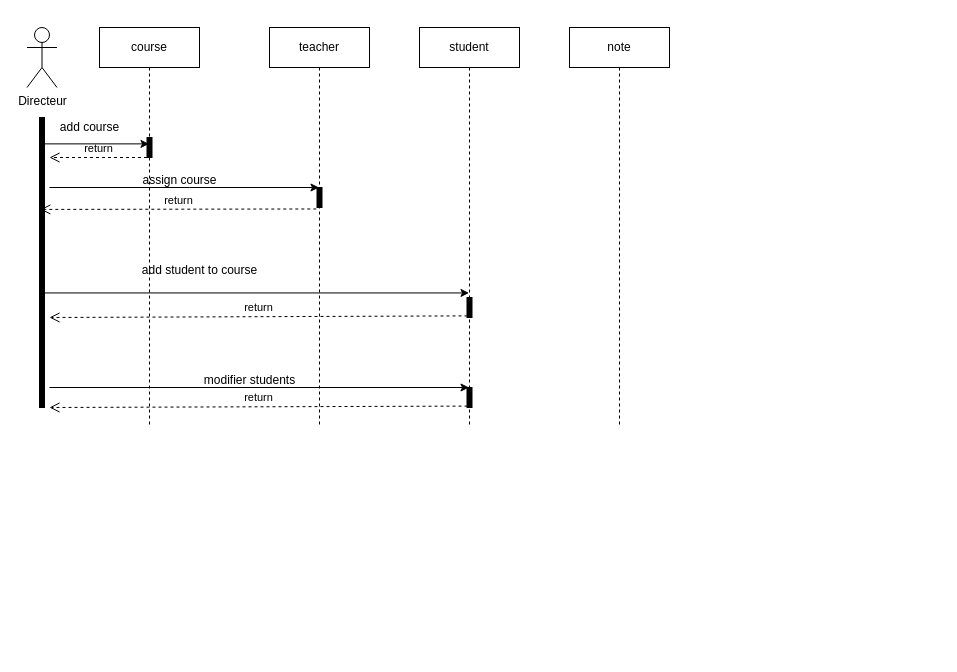
johandeschamps/gestion_ecole keeps this draw.io diagram as diagramme(s) de séquences (de certains cas d'utilisation).drawio. Above is the earlier version. Source tidied: cells renumbered, new cells numbered last; positions are measured from the earlier drawing's top-left corner, leaving out a move shared by most shapes. Both pictures are drawn from the tidied source at 100%, with x=0, y=0 at pixel (27, 27).
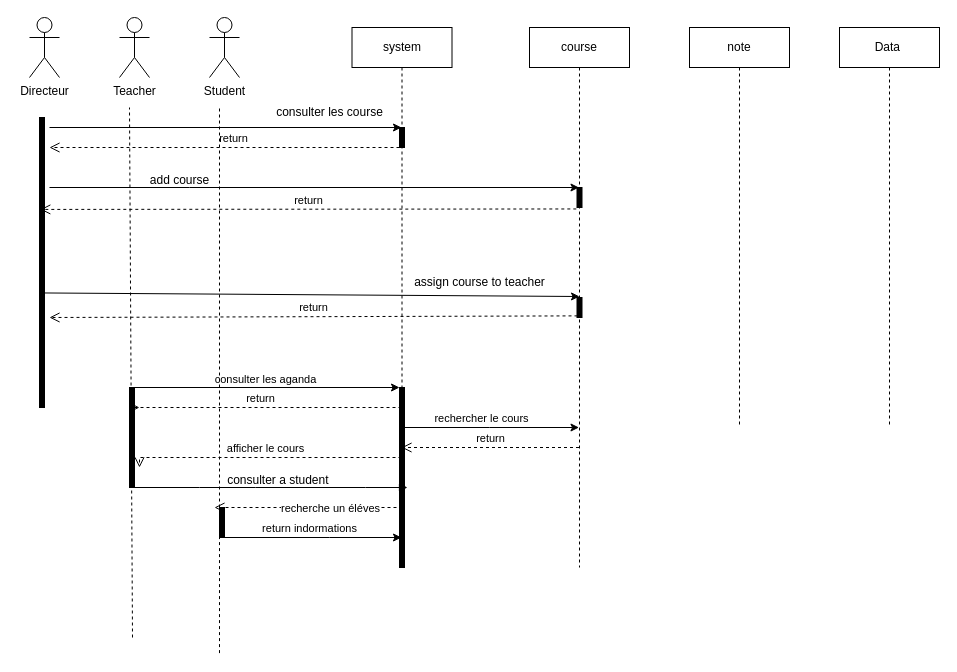
Above is the later version.

Commit message:
Mettre à jour diagramme(s) de séquences (de certains cas d'utilisation).drawio

Unchanged cells that the change refers to:
```xml
<mxCell id="7" style="html=1;points=[];perimeter=orthogonalPerimeter;fillColor=strokeColor;" parent="1" vertex="1">
  <mxGeometry x="12" y="90" width="5" height="290" as="geometry" />
</mxCell>
```

What changed in the source:
```diff
@@
     <mxCell id="2" value="Directeur" style="shape=umlActor;verticalLabelPosition=bottom;verticalAlign=top;html=1;" parent="1" vertex="1">
-      <mxGeometry x="-0.5" width="30" height="60" as="geometry" />
+      <mxGeometry x="2" y="-10" width="30" height="60" as="geometry" />
     </mxCell>
     <mxCell id="3" value="course" style="shape=umlLifeline;perimeter=lifelinePerimeter;whiteSpace=wrap;html=1;outlineConnect=0;portConstraint=eastwest;newEdgeStyle={&quot;edgeStyle&quot;:&quot;elbowEdgeStyle&quot;,&quot;elbow&quot;:&quot;vertical&quot;,&quot;curved&quot;:0,&quot;rounded&quot;:0};" parent="1" vertex="1">
-      <mxGeometry x="72" width="100" height="400" as="geometry" />
+      <mxGeometry x="502" width="100" height="540" as="geometry" />
     </mxCell>
-    <mxCell id="4" value="teacher" style="shape=umlLifeline;perimeter=lifelinePerimeter;whiteSpace=wrap;html=1;outlineConnect=0;portConstraint=eastwest;newEdgeStyle={&quot;edgeStyle&quot;:&quot;elbowEdgeStyle&quot;,&quot;elbow&quot;:&quot;vertical&quot;,&quot;curved&quot;:0,&quot;rounded&quot;:0};" parent="1" vertex="1">
-      <mxGeometry x="242" width="100" height="400" as="geometry" />
-    </mxCell>
-    <mxCell id="5" value="student" style="shape=umlLifeline;perimeter=lifelinePerimeter;whiteSpace=wrap;html=1;outlineConnect=0;portConstraint=eastwest;newEdgeStyle={&quot;edgeStyle&quot;:&quot;elbowEdgeStyle&quot;,&quot;elbow&quot;:&quot;vertical&quot;,&quot;curved&quot;:0,&quot;rounded&quot;:0};" parent="1" vertex="1">
-      <mxGeometry x="392" width="100" height="400" as="geometry" />
-    </mxCell>
     <mxCell id="6" value="note" style="shape=umlLifeline;perimeter=lifelinePerimeter;whiteSpace=wrap;html=1;newEdgeStyle={&quot;edgeStyle&quot;:&quot;elbowEdgeStyle&quot;,&quot;elbow&quot;:&quot;vertical&quot;,&quot;curved&quot;:0,&quot;rounded&quot;:0};" parent="1" vertex="1">
-      <mxGeometry x="542" width="100" height="400" as="geometry" />
+      <mxGeometry x="662" width="100" height="400" as="geometry" />
     </mxCell>
@@
     <mxCell id="8" value="return" style="endArrow=open;startArrow=none;endFill=0;startFill=0;endSize=8;html=1;verticalAlign=bottom;dashed=1;labelBackgroundColor=none;rounded=0;" parent="1" edge="1" source="16">
-      <mxGeometry relative="1" as="geometry">
-        <mxPoint x="22" y="130" as="targetPoint" />
+      <mxGeometry x="-0.05" relative="1" as="geometry">
+        <mxPoint x="22" y="120" as="targetPoint" />
       </mxGeometry>
     </mxCell>
-    <mxCell id="9" value="add course" style="text;html=1;align=center;verticalAlign=middle;strokeColor=none;fillColor=none;" parent="1" vertex="1">
-      <mxGeometry x="22" y="85" width="80" height="30" as="geometry" />
-    </mxCell>
-    <mxCell id="10" style="endArrow=classic;html=1;rounded=0;" parent="1" edge="1" target="4">
+    <mxCell id="10" style="endArrow=classic;html=1;rounded=0;" parent="1" edge="1" target="3">
       <mxGeometry relative="1" as="geometry">
         <mxPoint x="22" y="160" as="sourcePoint" />
         <Array as="points">
           <mxPoint x="162" y="160" />
         </Array>
       </mxGeometry>
     </mxCell>
-    <mxCell id="11" value="assign course" style="text;html=1;align=center;verticalAlign=middle;strokeColor=none;fillColor=none;" parent="1" vertex="1">
-      <mxGeometry x="102" y="138" width="100" height="30" as="geometry" />
+    <mxCell id="11" value="add course" style="text;html=1;align=center;verticalAlign=middle;strokeColor=none;fillColor=none;" parent="1" vertex="1">
+      <mxGeometry x="112" y="138" width="80" height="30" as="geometry" />
     </mxCell>
     <mxCell id="12" style="html=1;points=[];perimeter=orthogonalPerimeter;fillColor=strokeColor;align=left;verticalAlign=top;spacingLeft=10;" parent="1" vertex="1">
-      <mxGeometry x="289.5" y="160" width="5" height="20" as="geometry" />
+      <mxGeometry x="549.5" y="160" width="5" height="20" as="geometry" />
     </mxCell>
-    <mxCell id="13" style="endArrow=classic;html=1;rounded=0;exitX=0.8;exitY=0.091;exitDx=0;exitDy=0;exitPerimeter=0;" parent="1" edge="1" source="7" target="3">
-      <mxGeometry relative="1" as="geometry" />
+    <mxCell id="13" style="endArrow=classic;html=1;rounded=0;" parent="1" edge="1" target="26">
+      <mxGeometry relative="1" as="geometry">
+        <mxPoint x="22" y="100" as="sourcePoint" />
+      </mxGeometry>
     </mxCell>
@@
-    <mxCell id="15" style="endArrow=open;startArrow=none;endFill=0;startFill=0;endSize=8;html=1;verticalAlign=bottom;dashed=1;labelBackgroundColor=none;rounded=0;" parent="1" edge="1" source="3" target="16">
-      <mxGeometry relative="1" as="geometry" />
-    </mxCell>
     <mxCell id="16" style="html=1;points=[];perimeter=orthogonalPerimeter;fillColor=strokeColor;" parent="1" vertex="1">
-      <mxGeometry x="119.5" y="110" width="5" height="20" as="geometry" />
+      <mxGeometry x="372" y="100" width="5" height="20" as="geometry" />
     </mxCell>
-    <mxCell id="17" style="endArrow=classic;html=1;rounded=0;exitX=0.32;exitY=0.605;exitDx=0;exitDy=0;exitPerimeter=0;" parent="1" edge="1" source="7" target="5">
+    <mxCell id="17" style="endArrow=classic;html=1;rounded=0;exitX=0.32;exitY=0.605;exitDx=0;exitDy=0;exitPerimeter=0;entryX=0.5;entryY=-0.05;entryDx=0;entryDy=0;entryPerimeter=0;" parent="1" edge="1" source="7" target="19">
       <mxGeometry relative="1" as="geometry" />
     </mxCell>
-    <mxCell id="18" value="add student to course" style="text;html=1;align=center;verticalAlign=middle;strokeColor=none;fillColor=none;" parent="1" vertex="1">
-      <mxGeometry x="102" y="228" width="140" height="30" as="geometry" />
+    <mxCell id="18" value="assign course to teacher" style="text;html=1;align=center;verticalAlign=middle;strokeColor=none;fillColor=none;" parent="1" vertex="1">
+      <mxGeometry x="377" y="240" width="150" height="30" as="geometry" />
     </mxCell>
     <mxCell id="19" style="html=1;points=[];perimeter=orthogonalPerimeter;fillColor=strokeColor;" parent="1" vertex="1">
-      <mxGeometry x="439.5" y="270" width="5" height="20" as="geometry" />
+      <mxGeometry x="549.5" y="270" width="5" height="20" as="geometry" />
     </mxCell>
@@
-    <mxCell id="21" style="endArrow=classic;html=1;rounded=0;" parent="1" edge="1" target="5">
+    <mxCell id="21" style="endArrow=classic;html=1;rounded=0;" parent="1" edge="1">
       <mxGeometry relative="1" as="geometry">
-        <mxPoint x="22" y="360" as="sourcePoint" />
+        <mxPoint x="102" y="360" as="sourcePoint" />
+        <mxPoint x="372" y="360" as="targetPoint" />
       </mxGeometry>
     </mxCell>
+    <mxCell id="25" value="consulter les aganda" style="edgeLabel;html=1;align=center;verticalAlign=middle;" parent="21" vertex="1">
+      <mxGeometry y="9" relative="1" as="geometry" />
+    </mxCell>
     <mxCell id="22" style="html=1;points=[];perimeter=orthogonalPerimeter;fillColor=strokeColor;" parent="1" vertex="1">
-      <mxGeometry x="439.5" y="360" width="5" height="20" as="geometry" />
+      <mxGeometry x="372" y="360" width="5" height="20" as="geometry" />
     </mxCell>
-    <mxCell id="23" value="return" style="endArrow=open;startArrow=none;endFill=0;startFill=0;endSize=8;html=1;verticalAlign=bottom;dashed=1;labelBackgroundColor=none;rounded=0;exitX=0.1;exitY=0.93;exitDx=0;exitDy=0;exitPerimeter=0;" parent="1" edge="1" source="22">
+    <mxCell id="23" value="return" style="endArrow=open;startArrow=none;endFill=0;startFill=0;endSize=8;html=1;verticalAlign=bottom;dashed=1;labelBackgroundColor=none;rounded=0;" parent="1" edge="1" source="26">
       <mxGeometry relative="1" as="geometry">
-        <mxPoint x="22" y="380" as="targetPoint" />
+        <mxPoint x="112" y="380" as="targetPoint" />
+        <Array as="points">
+          <mxPoint x="102" y="380" />
+        </Array>
       </mxGeometry>
     </mxCell>
-    <mxCell id="24" value="modifier students" style="text;html=1;align=center;verticalAlign=middle;strokeColor=none;fillColor=none;" parent="1" vertex="1">
-      <mxGeometry x="167" y="338" width="110" height="30" as="geometry" />
-    </mxCell>
+    <mxCell id="26" value="system" style="shape=umlLifeline;perimeter=lifelinePerimeter;whiteSpace=wrap;html=1;outlineConnect=0;portConstraint=eastwest;newEdgeStyle={&quot;edgeStyle&quot;:&quot;elbowEdgeStyle&quot;,&quot;elbow&quot;:&quot;vertical&quot;,&quot;curved&quot;:0,&quot;rounded&quot;:0};" parent="1" vertex="1">
+      <mxGeometry x="324.5" width="100" height="540" as="geometry" />
+    </mxCell>
+    <mxCell id="27" value="consulter les course" style="text;html=1;align=center;verticalAlign=middle;strokeColor=none;fillColor=none;" parent="1" vertex="1">
+      <mxGeometry x="237" y="70" width="130" height="30" as="geometry" />
+    </mxCell>
+    <mxCell id="28" value="Data&amp;nbsp;" style="shape=umlLifeline;perimeter=lifelinePerimeter;whiteSpace=wrap;html=1;newEdgeStyle={&quot;edgeStyle&quot;:&quot;elbowEdgeStyle&quot;,&quot;elbow&quot;:&quot;vertical&quot;,&quot;curved&quot;:0,&quot;rounded&quot;:0};" parent="1" vertex="1">
+      <mxGeometry x="812" width="100" height="400" as="geometry" />
+    </mxCell>
+    <mxCell id="29" value="Student" style="shape=umlActor;verticalLabelPosition=bottom;verticalAlign=top;html=1;" parent="1" vertex="1">
+      <mxGeometry x="182" y="-10" width="30" height="60" as="geometry" />
+    </mxCell>
+    <mxCell id="30" value="Teacher" style="shape=umlActor;verticalLabelPosition=bottom;verticalAlign=top;html=1;" parent="1" vertex="1">
+      <mxGeometry x="92" y="-10" width="30" height="60" as="geometry" />
+    </mxCell>
+    <mxCell id="31" style="endArrow=none;dashed=1;html=1;rounded=0;" parent="1" edge="1">
+      <mxGeometry relative="1" as="geometry">
+        <mxPoint x="105" y="610" as="sourcePoint" />
+        <mxPoint x="102" y="80" as="targetPoint" />
+      </mxGeometry>
+    </mxCell>
+    <mxCell id="32" style="endArrow=none;dashed=1;html=1;rounded=0;" parent="1" edge="1" target="33">
+      <mxGeometry relative="1" as="geometry">
+        <mxPoint x="102" y="400" as="sourcePoint" />
+      </mxGeometry>
+    </mxCell>
+    <mxCell id="33" style="html=1;points=[];perimeter=orthogonalPerimeter;fillColor=strokeColor;" parent="1" vertex="1">
+      <mxGeometry x="102" y="360" width="5" height="100" as="geometry" />
+    </mxCell>
+    <mxCell id="34" style="html=1;perimeter=orthogonalPerimeter;fillColor=strokeColor;" parent="1" vertex="1">
+      <mxGeometry x="372" y="380" width="5" height="160" as="geometry" />
+    </mxCell>
+    <mxCell id="35" style="endArrow=classic;html=1;rounded=0;" parent="1" edge="1" source="26" target="3">
+      <mxGeometry relative="1" as="geometry">
+        <Array as="points">
+          <mxPoint x="462" y="400" />
+        </Array>
+      </mxGeometry>
+    </mxCell>
+    <mxCell id="36" value="rechercher le cours" style="edgeLabel;html=1;align=center;verticalAlign=middle;" parent="35" vertex="1">
+      <mxGeometry x="0.09" y="-4" relative="1" as="geometry">
+        <mxPoint x="-18" y="-14" as="offset" />
+      </mxGeometry>
+    </mxCell>
+    <mxCell id="37" value="return" style="endArrow=open;startArrow=none;endFill=0;startFill=0;endSize=8;html=1;verticalAlign=bottom;dashed=1;labelBackgroundColor=none;rounded=0;" parent="1" edge="1" source="3" target="26">
+      <mxGeometry relative="1" as="geometry">
+        <Array as="points">
+          <mxPoint x="462" y="420" />
+        </Array>
+      </mxGeometry>
+    </mxCell>
+    <mxCell id="38" value="afficher le cours" style="endArrow=open;startArrow=none;endFill=0;startFill=0;endSize=8;html=1;verticalAlign=bottom;dashed=1;labelBackgroundColor=none;rounded=0;" parent="1" edge="1" source="26">
+      <mxGeometry relative="1" as="geometry">
+        <mxPoint x="112" y="440" as="targetPoint" />
+        <Array as="points">
+          <mxPoint x="242" y="430" />
+          <mxPoint x="112" y="430" />
+        </Array>
+      </mxGeometry>
+    </mxCell>
+    <mxCell id="39" style="html=1;verticalAlign=bottom;labelBackgroundColor=none;endArrow=block;endFill=1;rounded=0;" parent="1" edge="1">
+      <mxGeometry relative="1" as="geometry">
+        <mxPoint x="102" y="460" as="sourcePoint" />
+        <mxPoint x="380" y="460" as="targetPoint" />
+        <Array as="points">
+          <mxPoint x="172" y="460" />
+          <mxPoint x="228" y="460" />
+          <mxPoint x="338" y="460" />
+        </Array>
+      </mxGeometry>
+    </mxCell>
+    <mxCell id="40" value="consulter a student&amp;nbsp;" style="text;html=1;align=center;verticalAlign=middle;strokeColor=none;fillColor=none;" parent="1" vertex="1">
+      <mxGeometry x="187" y="438" width="130" height="30" as="geometry" />
+    </mxCell>
+    <mxCell id="41" value="return indormations" style="endArrow=open;startArrow=none;endFill=0;startFill=0;endSize=8;html=1;verticalAlign=bottom;dashed=1;labelBackgroundColor=none;rounded=0;" parent="1" edge="1">
+      <mxGeometry x="-0.04" y="30" relative="1" as="geometry">
+        <mxPoint x="369" y="480" as="sourcePoint" />
+        <mxPoint x="187" y="480" as="targetPoint" />
+        <Array as="points">
+          <mxPoint x="277" y="480" />
+        </Array>
+      </mxGeometry>
+    </mxCell>
+    <mxCell id="42" style="endArrow=none;dashed=1;html=1;rounded=0;" parent="1" edge="1" source="46">
+      <mxGeometry relative="1" as="geometry">
+        <mxPoint x="192" y="80" as="targetPoint" />
+      </mxGeometry>
+    </mxCell>
+    <mxCell id="43" style="endArrow=classic;html=1;rounded=0;" parent="1" edge="1" target="26">
+      <mxGeometry relative="1" as="geometry">
+        <mxPoint x="192" y="510" as="sourcePoint" />
+        <Array as="points">
+          <mxPoint x="302" y="510" />
+        </Array>
+      </mxGeometry>
+    </mxCell>
+    <mxCell id="44" value="recherche un éléves" style="edgeLabel;html=1;align=center;verticalAlign=middle;" parent="43" vertex="1">
+      <mxGeometry x="-0.01" y="-6" relative="1" as="geometry">
+        <mxPoint x="20" y="-36" as="offset" />
+      </mxGeometry>
+    </mxCell>
+    <mxCell id="45" style="endArrow=none;dashed=1;html=1;rounded=0;" parent="1" edge="1" target="46">
+      <mxGeometry relative="1" as="geometry">
+        <mxPoint x="192" y="625.6" as="sourcePoint" />
+      </mxGeometry>
+    </mxCell>
+    <mxCell id="46" style="html=1;points=[];perimeter=orthogonalPerimeter;fillColor=strokeColor;" parent="1" vertex="1">
+      <mxGeometry x="192" y="480" width="5" height="30" as="geometry" />
+    </mxCell>
```
